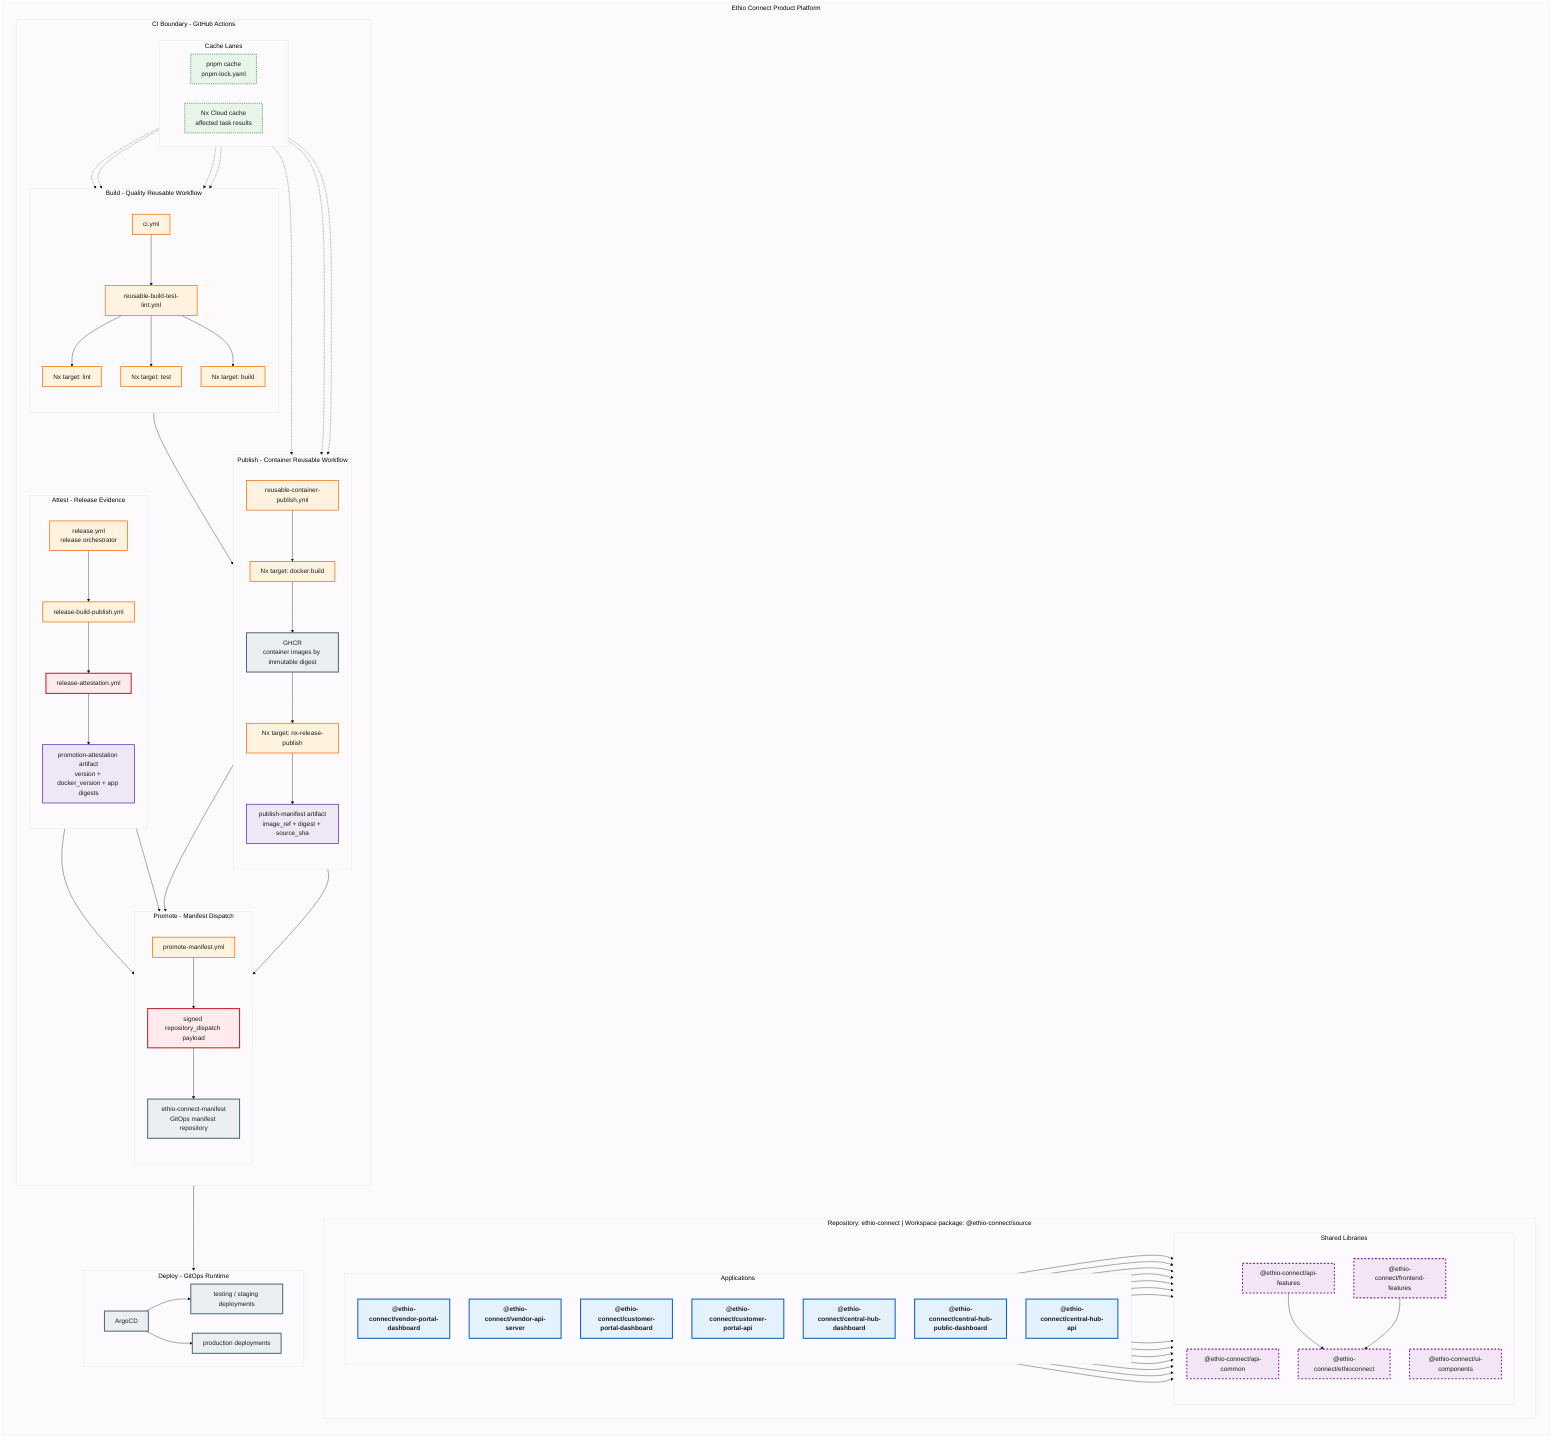
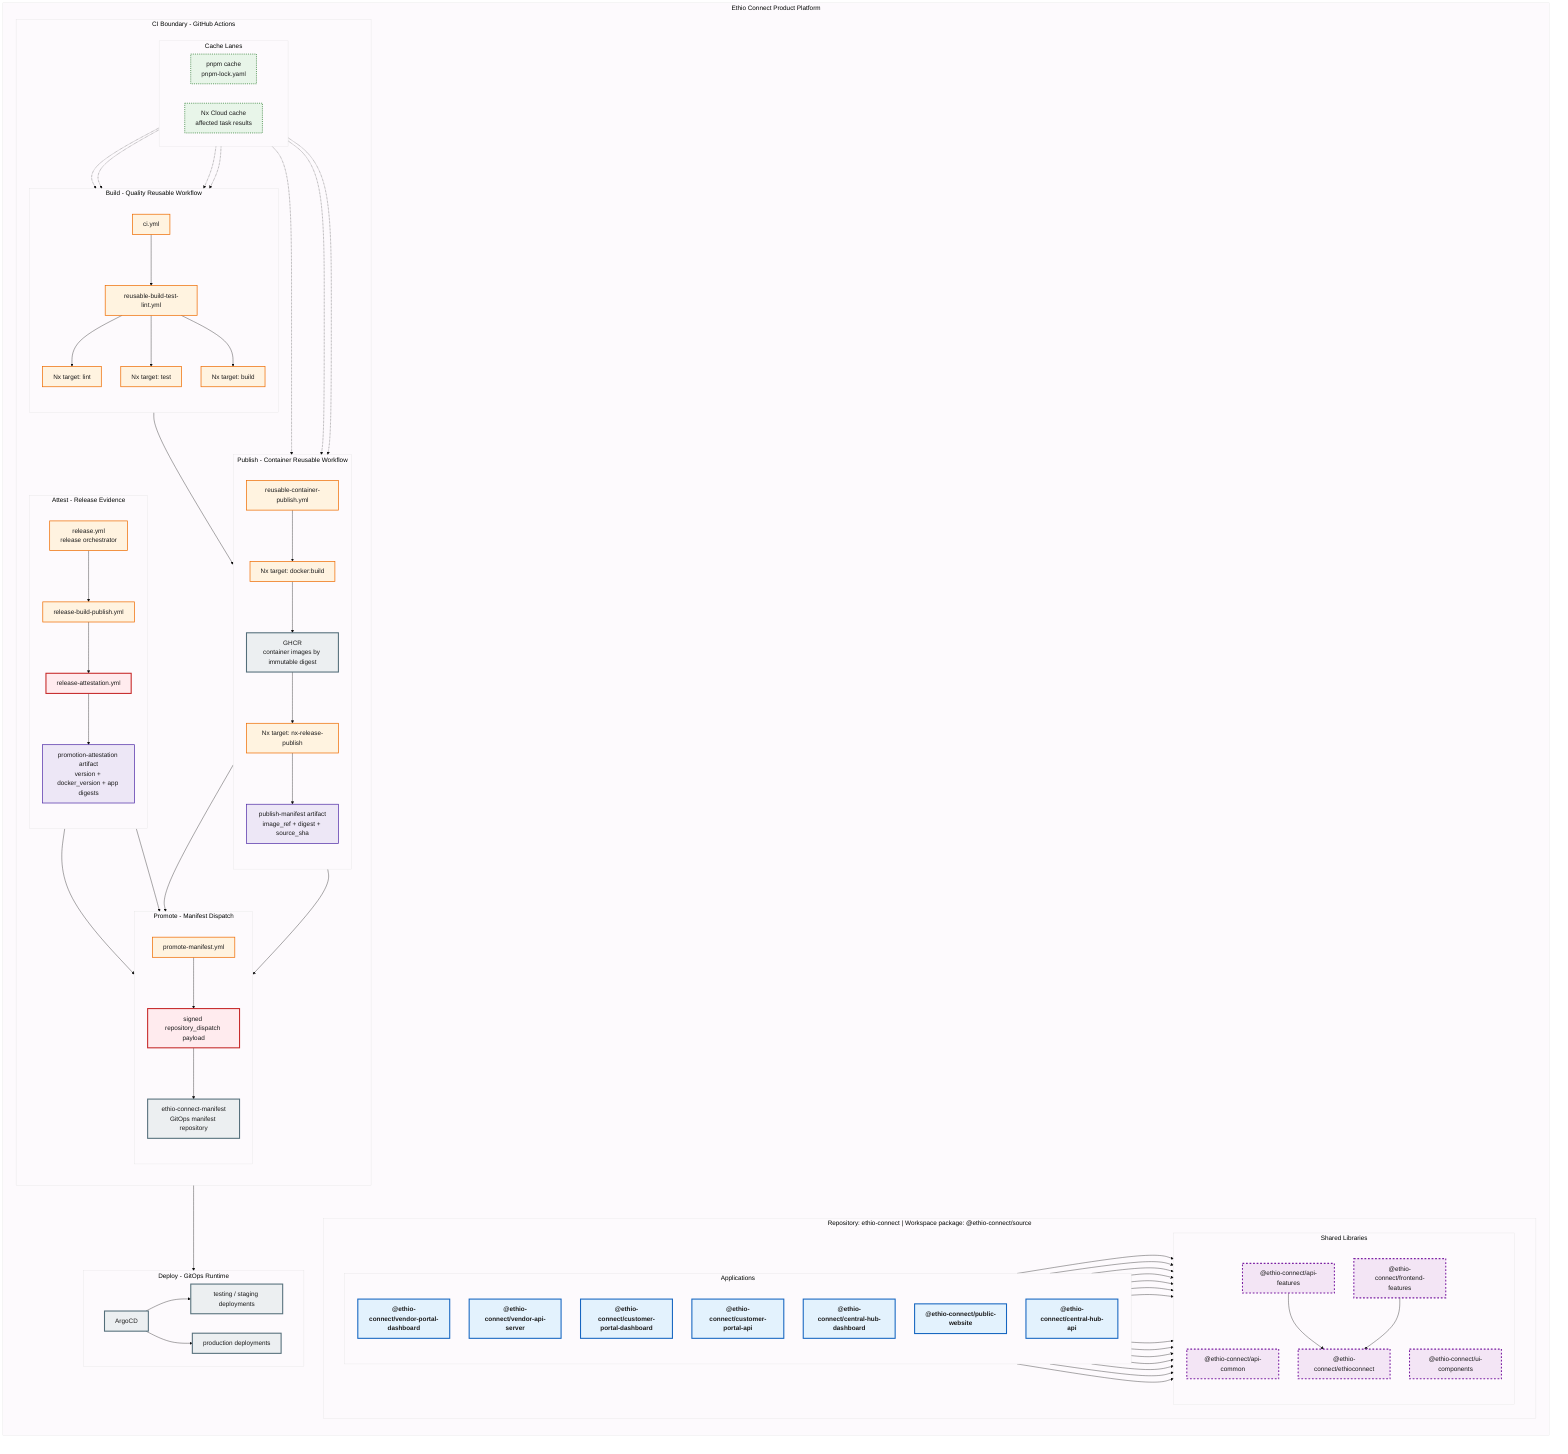
%%{init: {'theme': 'base', 'themeVariables': { 'fontSize': '18px', 'fontFamily': 'arial', 'primaryColor': '#e8f5e9', 'primaryTextColor': '#1b1b1b', 'edgeLabelBackground':'#ffffff' }, 'flowchart': {'nodeSpacing': 55, 'rankSpacing': 70}}}%%
flowchart TD
    classDef app fill:#e3f2fd,stroke:#1565c0,stroke-width:3px,font-weight:bold;
    classDef lib fill:#f3e5f5,stroke:#7b1fa2,stroke-width:3px,stroke-dasharray: 5 5;
    classDef ci fill:#fff3e0,stroke:#ef6c00,stroke-width:2px;
    classDef infra fill:#eceff1,stroke:#546e7a,stroke-width:3px;
    classDef security fill:#ffebee,stroke:#c62828,stroke-width:3px;
    classDef cache fill:#e8f5e9,stroke:#2e7d32,stroke-width:2px,stroke-dasharray: 3 3;
    classDef artifact fill:#ede7f6,stroke:#512da8,stroke-width:2px;

    subgraph Product["Ethio Connect Product Platform"]
        direction TB

        subgraph Repository["Repository: ethio-connect | Workspace package: @ethio-connect/source"]
            direction LR

            subgraph Apps["Applications"]
                direction TB
                VendorDash["@ethio-connect/vendor-portal-dashboard"]:::app
                VendorApi["@ethio-connect/vendor-api-server"]:::app
                CustomerDash["@ethio-connect/customer-portal-dashboard"]:::app
                CustomerApi["@ethio-connect/customer-portal-api"]:::app
                HubDash["@ethio-connect/central-hub-dashboard"]:::app
-                 HubPublic["@ethio-connect/central-hub-public-dashboard"]:::app
+                 HubPublic["@ethio-connect/public-website"]:::app
                HubApi["@ethio-connect/central-hub-api"]:::app
            end

            subgraph Libs["Shared Libraries"]
                direction TB
                ApiCommon["@ethio-connect/api-common"]:::lib
                ApiFeatures["@ethio-connect/api-features"]:::lib
                ProductLib["@ethio-connect/ethioconnect"]:::lib
                FrontendFeatures["@ethio-connect/frontend-features"]:::lib
                UiComponents["@ethio-connect/ui-components"]:::lib
            end
        end

        subgraph CI["CI Boundary - GitHub Actions"]
            direction TB

            subgraph CacheLane["Cache Lanes"]
                direction LR
                PnpmCache["pnpm cache\npnpm-lock.yaml"]:::cache
                NxCloudCache["Nx Cloud cache\naffected task results"]:::cache
            end

            subgraph Build["Build - Quality Reusable Workflow"]
                direction TB
                CIWorkflow["ci.yml"]:::ci
                QualityWorkflow["reusable-build-test-lint.yml"]:::ci
                NxLint["Nx target: lint"]:::ci
                NxTest["Nx target: test"]:::ci
                NxBuild["Nx target: build"]:::ci
            end

            subgraph Publish["Publish - Container Reusable Workflow"]
                direction TB
                ContainerWorkflow["reusable-container-publish.yml"]:::ci
                DockerBuild["Nx target: docker:build"]:::ci
                NxReleasePublish["Nx target: nx-release-publish"]:::ci
                GHCR["GHCR\ncontainer images by immutable digest"]:::infra
                PublishManifest["publish-manifest artifact\nimage_ref + digest + source_sha"]:::artifact
            end

            subgraph Attest["Attest - Release Evidence"]
                direction TB
                ReleaseWorkflow["release.yml\nrelease orchestrator"]:::ci
                ReleaseBuildPublish["release-build-publish.yml"]:::ci
                ReleaseAttestation["release-attestation.yml"]:::security
                PromotionAttestation["promotion-attestation artifact\nversion + docker_version + app digests"]:::artifact
            end

            subgraph Promote["Promote - Manifest Dispatch"]
                direction TB
                PromoteManifest["promote-manifest.yml"]:::ci
                SignedDispatch["signed repository_dispatch payload"]:::security
                ManifestRepo["ethio-connect-manifest\nGitOps manifest repository"]:::infra
            end
        end

        subgraph Deploy["Deploy - GitOps Runtime"]
            direction LR
            ArgoCD["ArgoCD"]:::infra
            NonProd["testing / staging deployments"]:::infra
            Production["production deployments"]:::infra
        end
    end

    VendorDash --> FrontendFeatures
    VendorDash --> UiComponents
    CustomerDash --> FrontendFeatures
    CustomerDash --> UiComponents
    HubDash --> FrontendFeatures
    HubDash --> UiComponents
    HubPublic --> FrontendFeatures
    HubPublic --> UiComponents
    VendorApi --> ApiCommon
    VendorApi --> ApiFeatures
    CustomerApi --> ApiCommon
    CustomerApi --> ApiFeatures
    HubApi --> ApiCommon
    HubApi --> ApiFeatures
    ApiFeatures --> ProductLib
    FrontendFeatures --> ProductLib

    CIWorkflow --> QualityWorkflow
    QualityWorkflow --> NxLint
    QualityWorkflow --> NxTest
    QualityWorkflow --> NxBuild
    PnpmCache -.-> QualityWorkflow
    NxCloudCache -.-> NxLint
    NxCloudCache -.-> NxTest
    NxCloudCache -.-> NxBuild

    CIWorkflow --> ContainerWorkflow
    ContainerWorkflow --> DockerBuild
    DockerBuild --> GHCR
    GHCR --> NxReleasePublish
    NxReleasePublish --> PublishManifest
    PnpmCache -.-> ContainerWorkflow
    NxCloudCache -.-> DockerBuild
    NxCloudCache -.-> NxReleasePublish

    ReleaseWorkflow --> ReleaseBuildPublish
    ReleaseBuildPublish --> ReleaseAttestation
    ReleaseAttestation --> PromotionAttestation
    ReleaseWorkflow --> PromoteManifest
    PromotionAttestation --> PromoteManifest
    GHCR --> PromoteManifest
    PromoteManifest --> SignedDispatch
    SignedDispatch --> ManifestRepo
    PublishManifest --> ManifestRepo
    ManifestRepo --> ArgoCD
    ArgoCD --> NonProd
    ArgoCD --> Production
